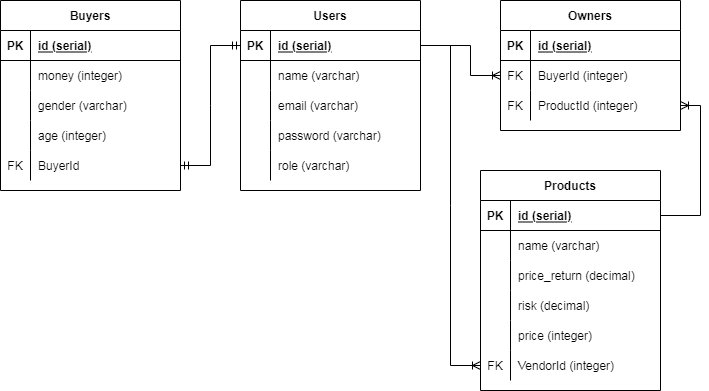
arumdyaharum/Fint8 keeps this draw.io diagram as schema.png. Above is the earlier version. Source tidied: cells renumbered, new cells last; positions are measured from the earlier drawing's top-left corner, leaving out a move shared by most shapes.
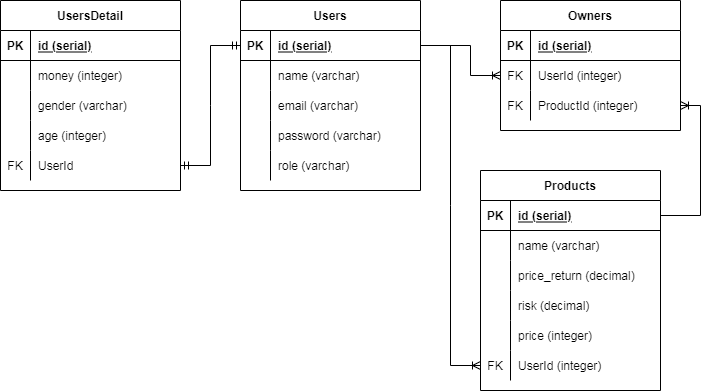
Above is the later version.

What changed in the source:
```diff
@@ -50,7 +50,7 @@
     <mxCell id="17" value="role (varchar)" style="shape=partialRectangle;fillColor=none;top=0;left=0;bottom=0;right=0;align=left;spacingLeft=6;overflow=hidden;" parent="15" vertex="1">
       <mxGeometry x="30" width="150" height="30" as="geometry" />
     </mxCell>
-    <mxCell id="18" value="Buyers" style="shape=table;startSize=30;rowLines=0;fontStyle=1;align=center;" parent="1" vertex="1">
+    <mxCell id="18" value="UsersDetail" style="shape=table;startSize=30;rowLines=0;fontStyle=1;align=center;" parent="1" vertex="1">
       <mxGeometry width="180" height="190" as="geometry" />
     </mxCell>
     <mxCell id="19" style="shape=partialRectangle;fillColor=none;top=0;left=0;bottom=1;right=0;" parent="18" vertex="1">
@@ -95,7 +95,7 @@
     <mxCell id="32" value="FK" style="shape=partialRectangle;fillColor=none;top=0;left=0;bottom=0;right=0;overflow=hidden;" parent="31" vertex="1">
       <mxGeometry width="30" height="30" as="geometry" />
     </mxCell>
-    <mxCell id="33" value="BuyerId" style="shape=partialRectangle;fillColor=none;top=0;left=0;bottom=0;right=0;align=left;spacingLeft=6;overflow=hidden;" parent="31" vertex="1">
+    <mxCell id="33" value="UserId" style="shape=partialRectangle;fillColor=none;top=0;left=0;bottom=0;right=0;align=left;spacingLeft=6;overflow=hidden;" parent="31" vertex="1">
       <mxGeometry x="30" width="150" height="30" as="geometry" />
     </mxCell>
     <mxCell id="34" value="Products" style="shape=table;startSize=30;rowLines=0;fontStyle=1;align=center;" parent="1" vertex="1">
@@ -152,7 +152,7 @@
     <mxCell id="51" value="FK" style="shape=partialRectangle;fillColor=none;top=0;left=0;bottom=0;right=0;overflow=hidden;" parent="50" vertex="1">
       <mxGeometry width="30" height="30" as="geometry" />
     </mxCell>
-    <mxCell id="52" value="VendorId (integer)" style="shape=partialRectangle;fillColor=none;top=0;left=0;bottom=0;right=0;align=left;spacingLeft=6;overflow=hidden;" parent="50" vertex="1">
+    <mxCell id="52" value="UserId (integer)" style="shape=partialRectangle;fillColor=none;top=0;left=0;bottom=0;right=0;align=left;spacingLeft=6;overflow=hidden;" parent="50" vertex="1">
       <mxGeometry x="30" width="150" height="30" as="geometry" />
     </mxCell>
     <mxCell id="53" value="Owners" style="shape=table;startSize=30;rowLines=0;fontStyle=1;align=center;" parent="1" vertex="1">
@@ -173,7 +173,7 @@
     <mxCell id="58" value="FK" style="shape=partialRectangle;fillColor=none;top=0;left=0;bottom=0;right=0;overflow=hidden;" parent="57" vertex="1">
       <mxGeometry width="30" height="30" as="geometry" />
     </mxCell>
-    <mxCell id="59" value="BuyerId (integer)" style="shape=partialRectangle;fillColor=none;top=0;left=0;bottom=0;right=0;align=left;spacingLeft=6;overflow=hidden;" parent="57" vertex="1">
+    <mxCell id="59" value="UserId (integer)" style="shape=partialRectangle;fillColor=none;top=0;left=0;bottom=0;right=0;align=left;spacingLeft=6;overflow=hidden;" parent="57" vertex="1">
       <mxGeometry x="30" width="150" height="30" as="geometry" />
     </mxCell>
     <mxCell id="60" style="shape=partialRectangle;fillColor=none;top=0;left=0;bottom=0;right=0;points=[[0,0.5],[1,0.5]];portConstraint=eastwest;" parent="53" vertex="1">
```
